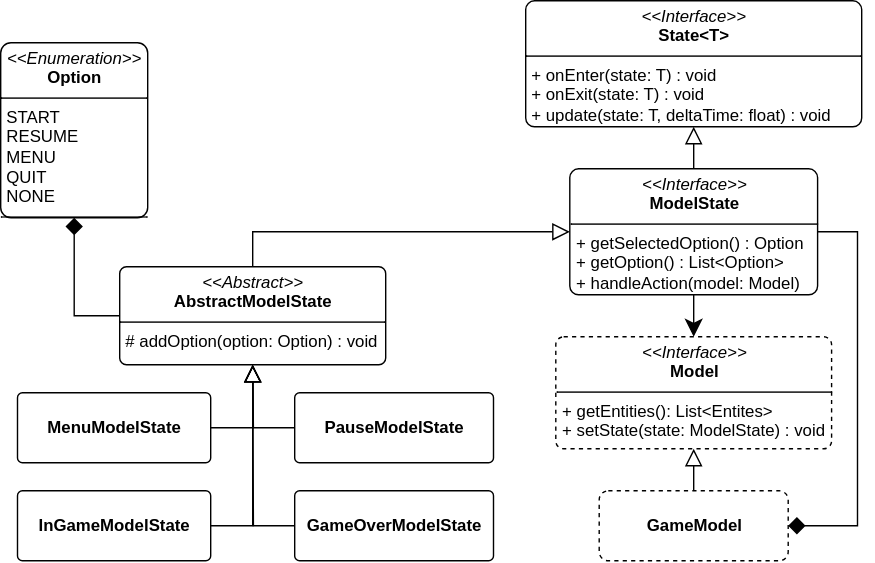
This is report/svg/ModelState.svg from unibo-oop-projects/OOP24-AlessandroRebosio-FilippoRicciotti-Grace-GraziaBochdanovits-RenovateBot-coffeBreak, a draw.io export, as it was before one commit. Source tidied: cells renumbered, new cells last; positions are measured from the earlier drawing's top-left corner, leaving out a move shared by most shapes.
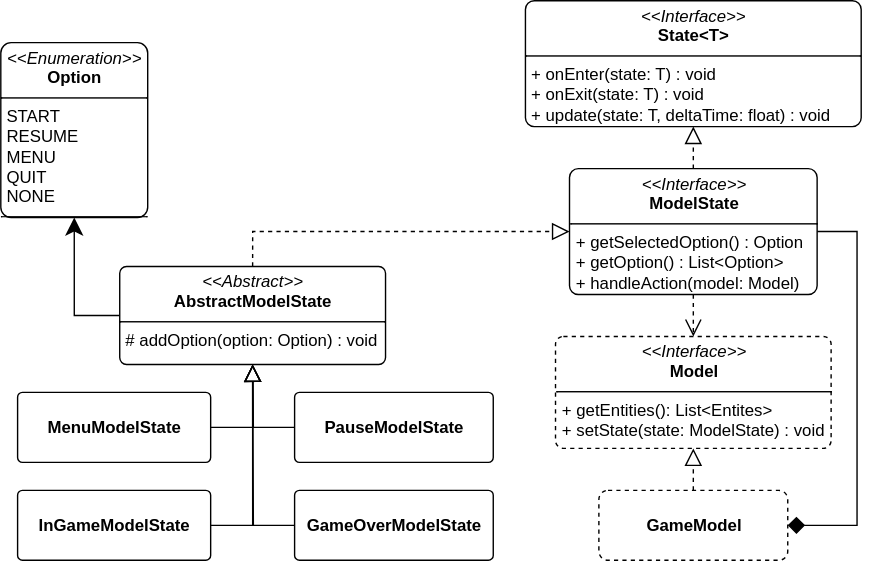
After the change.

Change to the diagram source:
```diff
@@ -5,11 +5,13 @@
     <mxCell id="2" value="&lt;p style=&quot;margin:0px;margin-top:4px;text-align:center;&quot;&gt;&lt;i&gt;&amp;lt;&amp;lt;Interface&amp;gt;&amp;gt;&lt;/i&gt;&lt;br&gt;&lt;b&gt;State&amp;lt;T&amp;gt;&lt;/b&gt;&lt;/p&gt;&lt;hr size=&quot;1&quot; style=&quot;border-style:solid;&quot;&gt;&lt;p style=&quot;margin:0px;margin-left:4px;&quot;&gt;+ onEnter(state: T) : void&lt;/p&gt;&lt;p style=&quot;margin:0px;margin-left:4px;&quot;&gt;+ onExit(state: T) : void&lt;/p&gt;&lt;p style=&quot;margin:0px;margin-left:4px;&quot;&gt;+ update(state: T, deltaTime: float) : void&lt;/p&gt;" style="verticalAlign=top;align=left;overflow=fill;html=1;whiteSpace=wrap;rounded=1;arcSize=7;" parent="1" vertex="1">
       <mxGeometry x="375" width="240" height="90" as="geometry" />
     </mxCell>
-    <mxCell id="3" style="edgeStyle=orthogonalEdgeStyle;rounded=0;jettySize=auto;html=1;exitX=0.5;exitY=0;exitDx=0;exitDy=0;entryX=0.5;entryY=1;entryDx=0;entryDy=0;endArrow=block;endFill=0;endSize=10;" parent="1" edge="1" source="6" target="2">
+    <mxCell id="3" style="edgeStyle=orthogonalEdgeStyle;rounded=0;jettySize=auto;html=1;exitX=0.5;exitY=0;exitDx=0;exitDy=0;entryX=0.5;entryY=1;entryDx=0;entryDy=0;endArrow=block;endFill=0;endSize=10;dashed=1;" parent="1" edge="1" source="6" target="2">
       <mxGeometry relative="1" as="geometry" />
     </mxCell>
-    <mxCell id="4" style="edgeStyle=orthogonalEdgeStyle;rounded=0;jettySize=auto;html=1;exitX=0.5;exitY=1;exitDx=0;exitDy=0;entryX=0.5;entryY=0;entryDx=0;entryDy=0;endSize=10;" parent="1" edge="1" source="6" target="7">
-      <mxGeometry relative="1" as="geometry" />
+    <mxCell id="4" style="edgeStyle=orthogonalEdgeStyle;rounded=0;jettySize=auto;html=1;exitX=0.5;exitY=1;exitDx=0;exitDy=0;endSize=10;endArrow=open;endFill=0;dashed=1;" parent="1" edge="1" source="6">
+      <mxGeometry relative="1" as="geometry">
+        <mxPoint x="495" y="240" as="targetPoint" />
+      </mxGeometry>
     </mxCell>
     <mxCell id="5" style="edgeStyle=orthogonalEdgeStyle;rounded=0;jettySize=auto;html=1;exitX=1;exitY=0.5;exitDx=0;exitDy=0;entryX=1;entryY=0.5;entryDx=0;entryDy=0;endSize=10;endArrow=diamond;endFill=1;" parent="1" edge="1" source="6" target="9">
       <mxGeometry relative="1" as="geometry">
@@ -25,16 +27,16 @@
     <mxCell id="7" value="&lt;p style=&quot;margin:0px;margin-top:4px;text-align:center;&quot;&gt;&lt;i&gt;&amp;lt;&amp;lt;Interface&amp;gt;&amp;gt;&lt;/i&gt;&lt;br&gt;&lt;b&gt;Model&lt;/b&gt;&lt;/p&gt;&lt;hr size=&quot;1&quot; style=&quot;border-style:solid;&quot;&gt;&lt;p style=&quot;margin:0px;margin-left:4px;&quot;&gt;+ getEntities(): List&amp;lt;Entites&amp;gt;&lt;br&gt;&lt;/p&gt;&lt;p style=&quot;margin:0px;margin-left:4px;&quot;&gt;+ setState(state: ModelState) : void&lt;/p&gt;" style="verticalAlign=top;align=left;overflow=fill;html=1;whiteSpace=wrap;rounded=1;arcSize=7;dashed=1;" parent="1" vertex="1">
       <mxGeometry x="396.5" y="240" width="197" height="80" as="geometry" />
     </mxCell>
-    <mxCell id="8" style="edgeStyle=orthogonalEdgeStyle;rounded=0;jettySize=auto;html=1;exitX=0.5;exitY=0;exitDx=0;exitDy=0;entryX=0.5;entryY=1;entryDx=0;entryDy=0;endArrow=block;endFill=0;endSize=10;" parent="1" edge="1" source="9" target="7">
+    <mxCell id="8" style="edgeStyle=orthogonalEdgeStyle;rounded=0;jettySize=auto;html=1;exitX=0.5;exitY=0;exitDx=0;exitDy=0;entryX=0.5;entryY=1;entryDx=0;entryDy=0;endArrow=block;endFill=0;endSize=10;dashed=1;" parent="1" edge="1" source="9" target="7">
       <mxGeometry relative="1" as="geometry" />
     </mxCell>
     <mxCell id="9" value="&lt;p style=&quot;margin:0px;margin-top:4px;text-align:center;&quot;&gt;&lt;br&gt;&lt;b&gt;GameModel&lt;/b&gt;&lt;/p&gt;&lt;p style=&quot;margin:0px;margin-top:4px;text-align:center;&quot;&gt;&lt;b&gt;&lt;br&gt;&lt;/b&gt;&lt;/p&gt;" style="verticalAlign=top;align=left;overflow=fill;html=1;whiteSpace=wrap;rounded=1;arcSize=13;dashed=1;" parent="1" vertex="1">
       <mxGeometry x="427.5" y="350" width="135" height="50" as="geometry" />
     </mxCell>
-    <mxCell id="10" style="edgeStyle=orthogonalEdgeStyle;rounded=0;jettySize=auto;html=1;exitX=0.5;exitY=0;exitDx=0;exitDy=0;entryX=0;entryY=0.5;entryDx=0;entryDy=0;endSize=10;endArrow=block;endFill=0;" parent="1" edge="1" source="12" target="6">
+    <mxCell id="10" style="edgeStyle=orthogonalEdgeStyle;rounded=0;jettySize=auto;html=1;exitX=0.5;exitY=0;exitDx=0;exitDy=0;entryX=0;entryY=0.5;entryDx=0;entryDy=0;endSize=10;endArrow=block;endFill=0;dashed=1;" parent="1" edge="1" source="12" target="6">
       <mxGeometry relative="1" as="geometry" />
     </mxCell>
-    <mxCell id="11" style="edgeStyle=orthogonalEdgeStyle;rounded=0;jettySize=auto;html=1;exitX=0;exitY=0.5;exitDx=0;exitDy=0;entryX=0.5;entryY=1;entryDx=0;entryDy=0;endArrow=diamond;endFill=1;endSize=10;" parent="1" edge="1" source="12" target="21">
+    <mxCell id="11" style="edgeStyle=orthogonalEdgeStyle;rounded=0;jettySize=auto;html=1;exitX=0;exitY=0.5;exitDx=0;exitDy=0;entryX=0.5;entryY=1;entryDx=0;entryDy=0;endArrow=classic;endFill=1;endSize=10;" parent="1" edge="1" source="12" target="21">
       <mxGeometry relative="1" as="geometry" />
     </mxCell>
     <mxCell id="12" value="&lt;p style=&quot;margin:0px;margin-top:4px;text-align:center;&quot;&gt;&lt;i&gt;&amp;lt;&amp;lt;Abstract&amp;gt;&amp;gt;&lt;/i&gt;&lt;br&gt;&lt;b&gt;AbstractModelState&lt;/b&gt;&lt;/p&gt;&lt;hr size=&quot;1&quot; style=&quot;border-style:solid;&quot;&gt;&lt;p style=&quot;margin:0px;margin-left:4px;&quot;&gt;# addOption(option: Option) : void&lt;/p&gt;" style="verticalAlign=top;align=left;overflow=fill;html=1;whiteSpace=wrap;rounded=1;arcSize=7;" parent="1" vertex="1">
```
